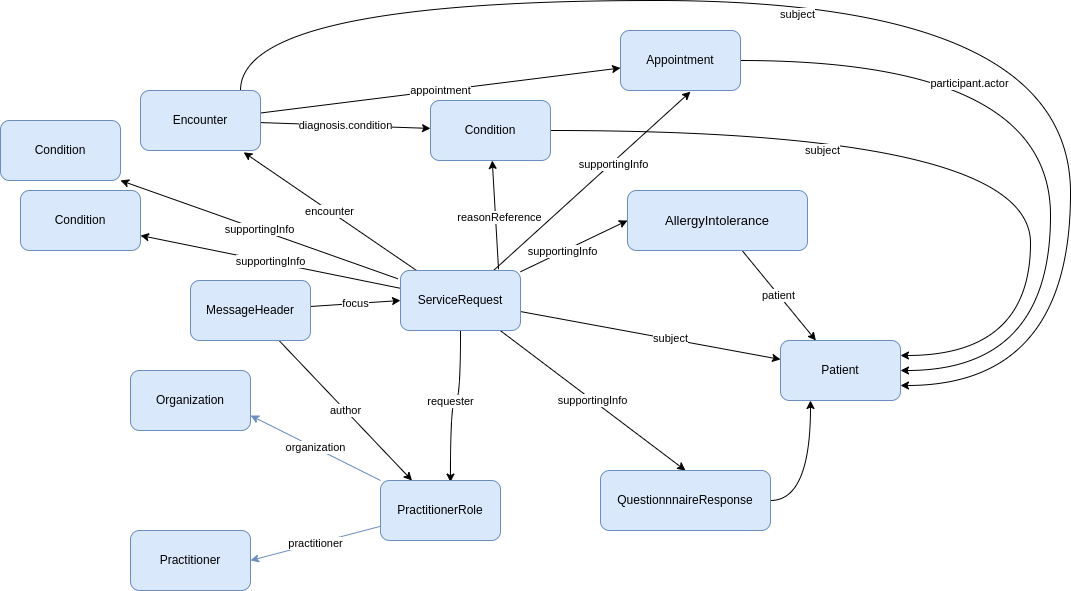
This is input/images/inicio-recursos.png from Minsal-CL/SIGTEv2-IG, a draw.io export, as it was before one commit. Source tidied: cells renumbered, new cells last; positions are measured from the earlier drawing's top-left corner, leaving out a move shared by most shapes.
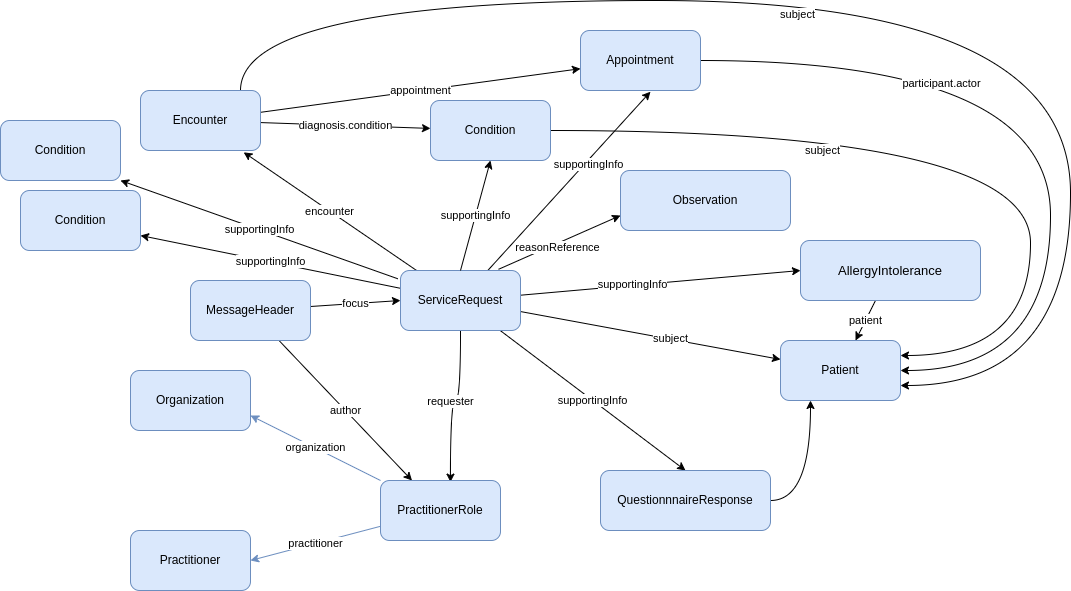
After the change.

Commit message:
update: imagenes de eventos y recursos

Diff of the diagram source:
```diff
@@ -29,7 +29,7 @@
     <mxCell id="8" value="supportingInfo" style="edgeLabel;html=1;align=center;verticalAlign=middle;" parent="7" vertex="1">
       <mxGeometry x="-0.2" y="1" relative="1" as="geometry" />
     </mxCell>
-    <mxCell id="9" style="rounded=0;jettySize=auto;html=1;exitX=0.817;exitY=-0.02;exitDx=0;exitDy=0;exitPerimeter=0;" parent="1" edge="1" source="19" target="33">
+    <mxCell id="9" style="rounded=0;jettySize=auto;html=1;exitX=0.817;exitY=-0.02;exitDx=0;exitDy=0;exitPerimeter=0;entryX=0;entryY=0.75;entryDx=0;entryDy=0;" parent="1" edge="1" source="19" target="42">
       <mxGeometry relative="1" as="geometry" />
     </mxCell>
     <mxCell id="10" value="reasonReference" style="edgeLabel;html=1;align=center;verticalAlign=middle;" parent="9" vertex="1">
@@ -103,7 +103,7 @@
       <mxGeometry x="-0.41" y="-22" relative="1" as="geometry" />
     </mxCell>
     <mxCell id="30" value="Appointment" style="rounded=1;whiteSpace=wrap;html=1;fillColor=#dae8fc;strokeColor=#6c8ebf;" parent="1" vertex="1">
-      <mxGeometry x="620" y="30" width="120" height="60" as="geometry" />
+      <mxGeometry x="580" y="30" width="120" height="60" as="geometry" />
     </mxCell>
     <mxCell id="31" style="edgeStyle=orthogonalEdgeStyle;rounded=0;jettySize=auto;html=1;entryX=1;entryY=0.25;entryDx=0;entryDy=0;fontColor=default;curved=1;" parent="1" edge="1" source="33" target="38">
       <mxGeometry relative="1" as="geometry">
@@ -129,7 +129,7 @@
       <mxGeometry relative="1" as="geometry" />
     </mxCell>
     <mxCell id="37" value="&lt;span style=&quot;font-family: Arial; font-size: 13px; font-style: normal; font-variant-ligatures: normal; font-variant-caps: normal; font-weight: 400; letter-spacing: normal; orphans: 2; text-align: left; text-indent: 0px; text-transform: none; widows: 2; word-spacing: 0px; -webkit-text-stroke-width: 0px; text-decoration-thickness: initial; text-decoration-style: initial; text-decoration-color: initial; float: none; display: inline !important;&quot;&gt;AllergyIntolerance&lt;/span&gt;" style="rounded=1;whiteSpace=wrap;html=1;fillColor=#dae8fc;strokeColor=#6c8ebf;labelBackgroundColor=none;" parent="1" vertex="1">
-      <mxGeometry x="627" y="190" width="180" height="60" as="geometry" />
+      <mxGeometry x="800" y="240" width="180" height="60" as="geometry" />
     </mxCell>
     <mxCell id="38" value="Patient" style="whiteSpace=wrap;html=1;rounded=1;fillColor=#dae8fc;strokeColor=#6c8ebf;" parent="1" vertex="1">
       <mxGeometry x="780" y="340" width="120" height="60" as="geometry" />
@@ -143,5 +143,11 @@
     <mxCell id="41" value="supportingInfo" style="edgeStyle=none;rounded=0;jettySize=auto;html=1;entryX=1;entryY=1;entryDx=0;entryDy=0;fontColor=default;exitX=-0.022;exitY=0.138;exitDx=0;exitDy=0;exitPerimeter=0;" parent="1" edge="1" source="19" target="39">
       <mxGeometry relative="1" as="geometry" />
     </mxCell>
+    <mxCell id="42" value="Observation" style="rounded=1;whiteSpace=wrap;html=1;fillColor=#dae8fc;strokeColor=#6c8ebf;" parent="1" vertex="1">
+      <mxGeometry x="620" y="170" width="170" height="60" as="geometry" />
+    </mxCell>
+    <mxCell id="43" value="supportingInfo" style="edgeStyle=none;rounded=0;jettySize=auto;html=1;entryX=0.5;entryY=1;entryDx=0;entryDy=0;fontColor=default;exitX=0.5;exitY=0;exitDx=0;exitDy=0;" parent="1" edge="1" source="19" target="33">
+      <mxGeometry relative="1" as="geometry" />
+    </mxCell>
   </root>
 </mxGraphModel>
```
